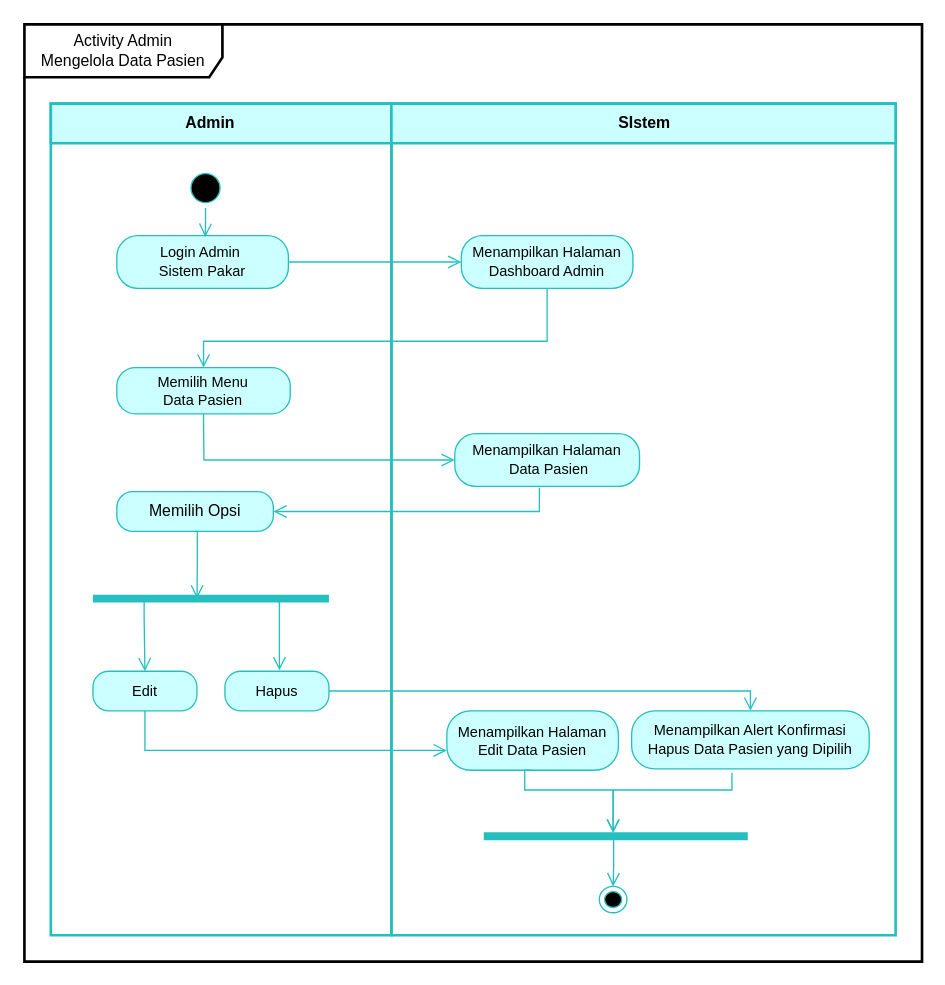
Earlier version of the draw.io diagram page "Halaman-6" (6 of 32) of Diagram Tanpa Judul.drawio (RyanRamadhan11/drawio). Source tidied: cells renumbered, new cells numbered last; positions are measured from the earlier drawing's top-left corner, leaving out a move shared by most shapes. Both pictures are drawn from the tidied source at 132%, with x=0, y=0 at pixel (24, 24).
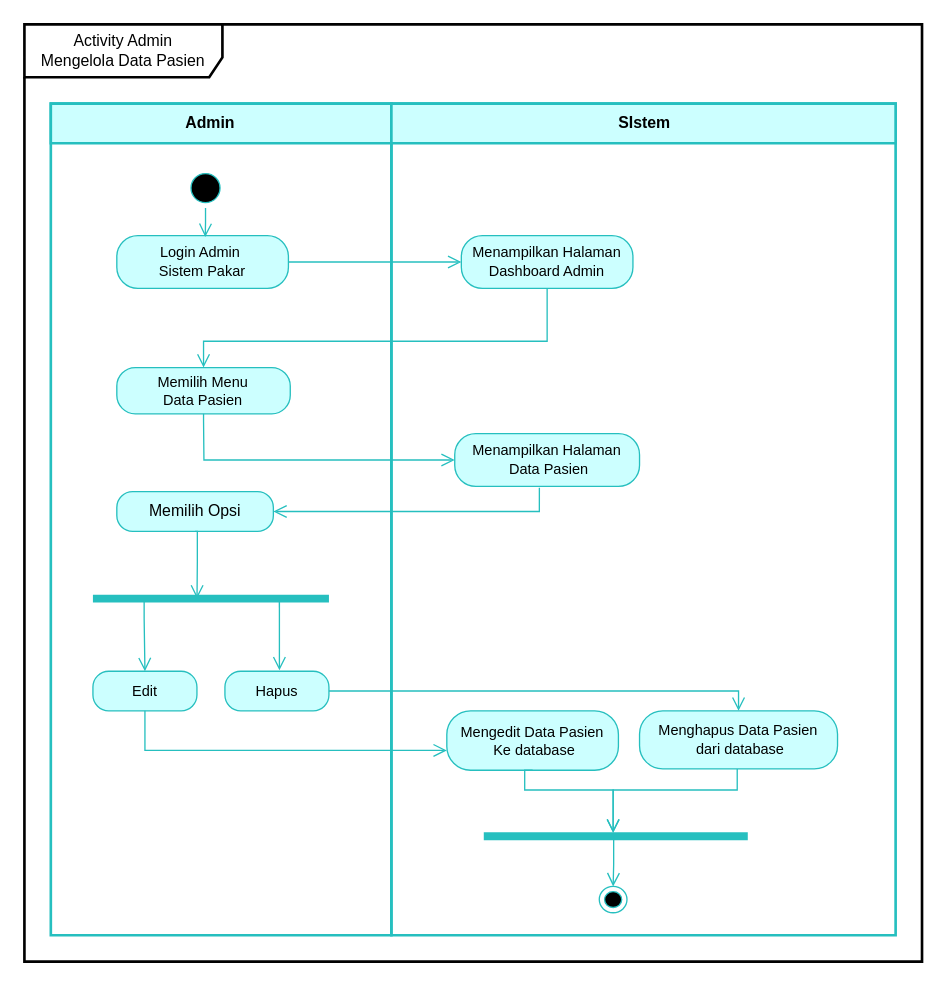
The same page after the edit.

Unchanged cells that the change refers to:
```xml
<mxCell id="28" style="shape=line;html=1;strokeWidth=6;strokeColor=#26BFBF;" parent="1" vertex="1">
  <mxGeometry x="348" y="610" width="200" height="10" as="geometry" />
</mxCell>
```

Diff of the diagram source:
```diff
@@
-    <mxCell id="23" value="Menampilkan Halaman&lt;br&gt;Edit Data Pasien" style="rounded=1;whiteSpace=wrap;html=1;arcSize=40;fontColor=#000000;fillColor=#CCFFFF;strokeColor=#26BFBF;fontSize=11;" parent="1" vertex="1">
+    <mxCell id="23" value="Mengedit Data Pasien&lt;br&gt;&amp;nbsp;Ke database" style="rounded=1;whiteSpace=wrap;html=1;arcSize=40;fontColor=#000000;fillColor=#CCFFFF;strokeColor=#26BFBF;fontSize=11;" parent="1" vertex="1">
       <mxGeometry x="320" y="520" width="130" height="45" as="geometry" />
     </mxCell>
@@
-    <mxCell id="27" style="edgeStyle=orthogonalEdgeStyle;html=1;verticalAlign=bottom;endArrow=open;endSize=8;strokeColor=#26BFBF;rounded=0;entryX=0.49;entryY=0.233;entryDx=0;entryDy=0;exitX=0.5;exitY=1;exitDx=0;exitDy=0;entryPerimeter=0;" parent="1" edge="1" target="28">
+    <mxCell id="27" style="edgeStyle=orthogonalEdgeStyle;html=1;verticalAlign=bottom;endArrow=open;endSize=8;strokeColor=#26BFBF;rounded=0;entryX=0.49;entryY=0.233;entryDx=0;entryDy=0;entryPerimeter=0;" parent="1" edge="1" source="34" target="28">
       <mxGeometry relative="1" as="geometry">
-        <mxPoint x="536" y="567" as="sourcePoint" />
         <Array as="points">
-          <mxPoint x="536" y="580" />
+          <mxPoint x="540" y="580" />
           <mxPoint x="446" y="580" />
         </Array>
       </mxGeometry>
     </mxCell>
@@
-    <mxCell id="34" value="Menampilkan Alert Konfirmasi Hapus Data Pasien yang Dipilih" style="rounded=1;whiteSpace=wrap;html=1;arcSize=40;fontColor=#000000;fillColor=#CCFFFF;strokeColor=#26BFBF;fontSize=11;" parent="1" vertex="1">
-      <mxGeometry x="460" y="520" width="180" height="44" as="geometry" />
+    <mxCell id="34" value="Menghapus Data Pasien&lt;br style=&quot;border-color: var(--border-color);&quot;&gt;&amp;nbsp;dari database" style="rounded=1;whiteSpace=wrap;html=1;arcSize=40;fontColor=#000000;fillColor=#CCFFFF;strokeColor=#26BFBF;fontSize=11;" parent="1" vertex="1">
+      <mxGeometry x="466" y="520" width="150" height="44" as="geometry" />
     </mxCell>
```
